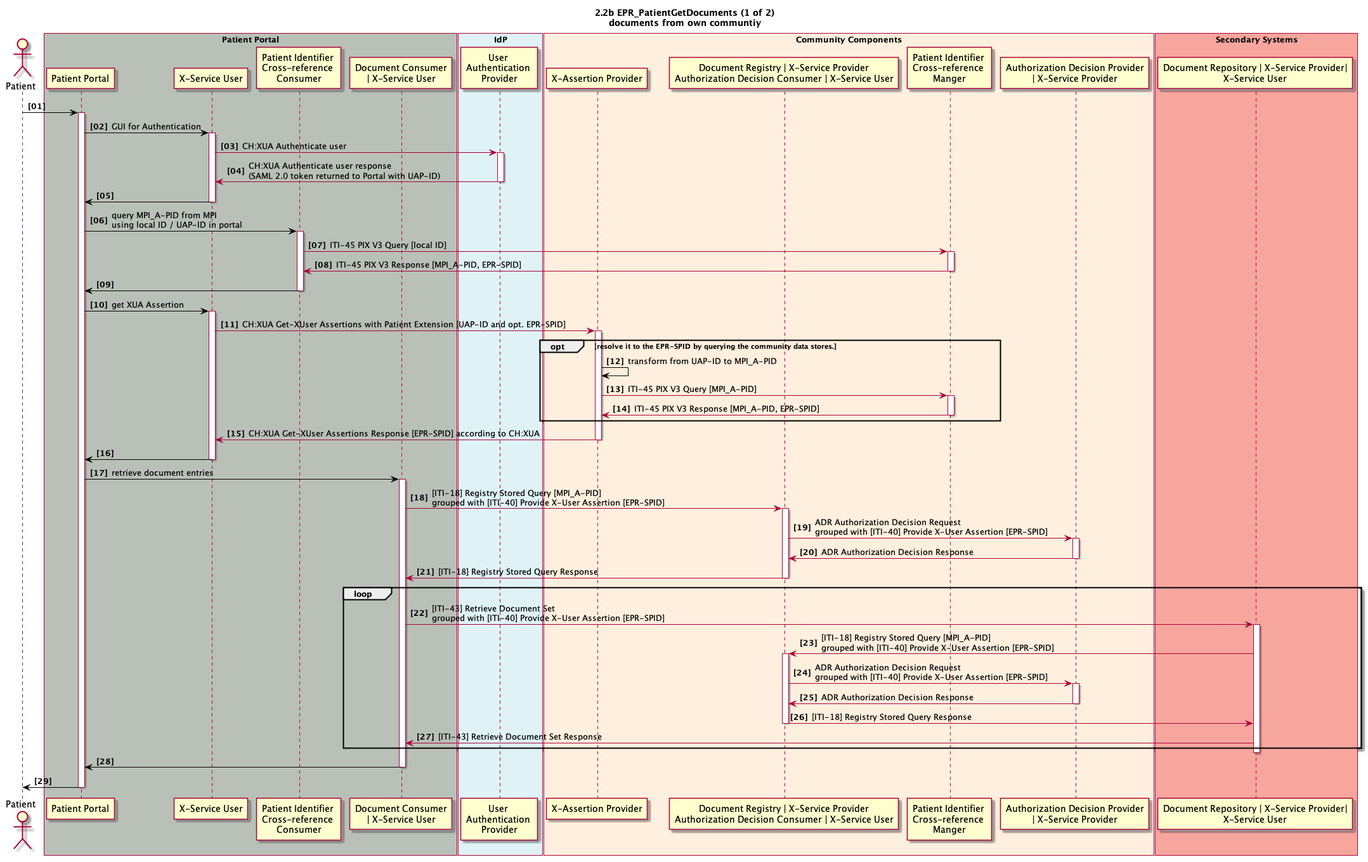
Earlier version of the PlantUML export 2_02b_EPR_PatientGetDocuments1of2.plantuml.png (ahdis/ch-epr-seqdiag).
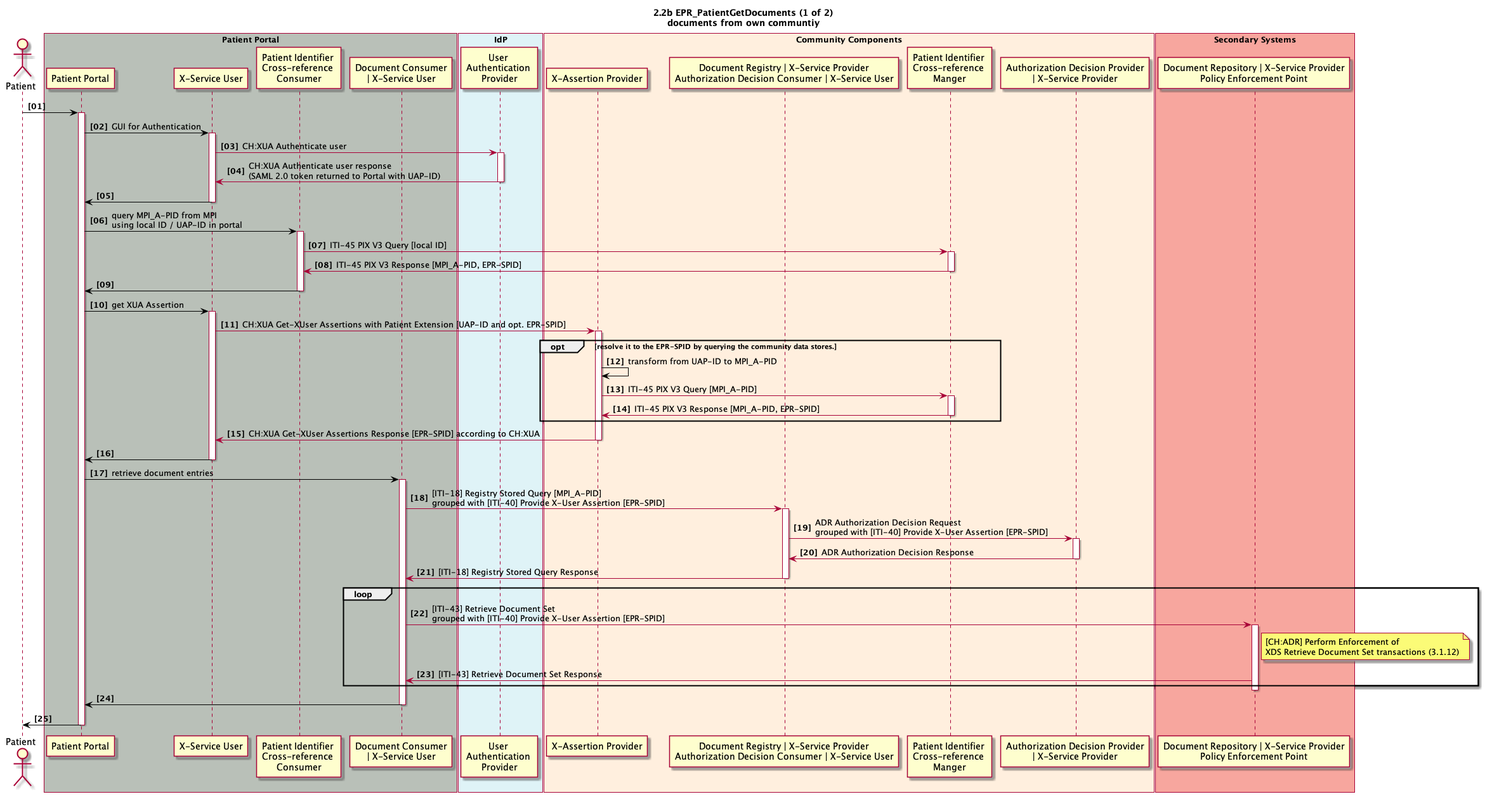
Later version of the same file.

Diff of the diagram source:
```diff
@@ -24,7 +24,7 @@
 end box
 
 box "Secondary Systems" #F7A69E
-	participant ss_doc_repository as "Document Repository | X-Service Provider|\nX-Service User"
+	participant ss_doc_repository as "Document Repository | X-Service Provider\nPolicy Enforcement Point"
 end box
 
 patient -[#black]> pp_gui
@@ -77,14 +77,7 @@
 loop
   pp_doc_consumer -> ss_doc_repository: [ITI-43] Retrieve Document Set\ngrouped with [ITI-40] Provide X-User Assertion [EPR-SPID]
   activate ss_doc_repository
-  ss_doc_repository -> cc_doc_registry: [ITI-18] Registry Stored Query [MPI_A-PID]\ngrouped with [ITI-40] Provide X-User Assertion [EPR-SPID]
-  activate cc_doc_registry
-  cc_doc_registry -> cc_adp: ADR Authorization Decision Request\ngrouped with [ITI-40] Provide X-User Assertion [EPR-SPID]
-  activate cc_adp
-  cc_doc_registry <- cc_adp: ADR Authorization Decision Response
-  deactivate cc_adp
-  ss_doc_repository <- cc_doc_registry: [ITI-18] Registry Stored Query Response
-  deactivate cc_doc_registry
+  note right ss_doc_repository: [CH:ADR] Perform Enforcement of\nXDS Retrieve Document Set transactions (3.1.12)
   pp_doc_consumer <- ss_doc_repository: [ITI-43] Retrieve Document Set Response
 end
 deactivate ss_doc_repository
```
